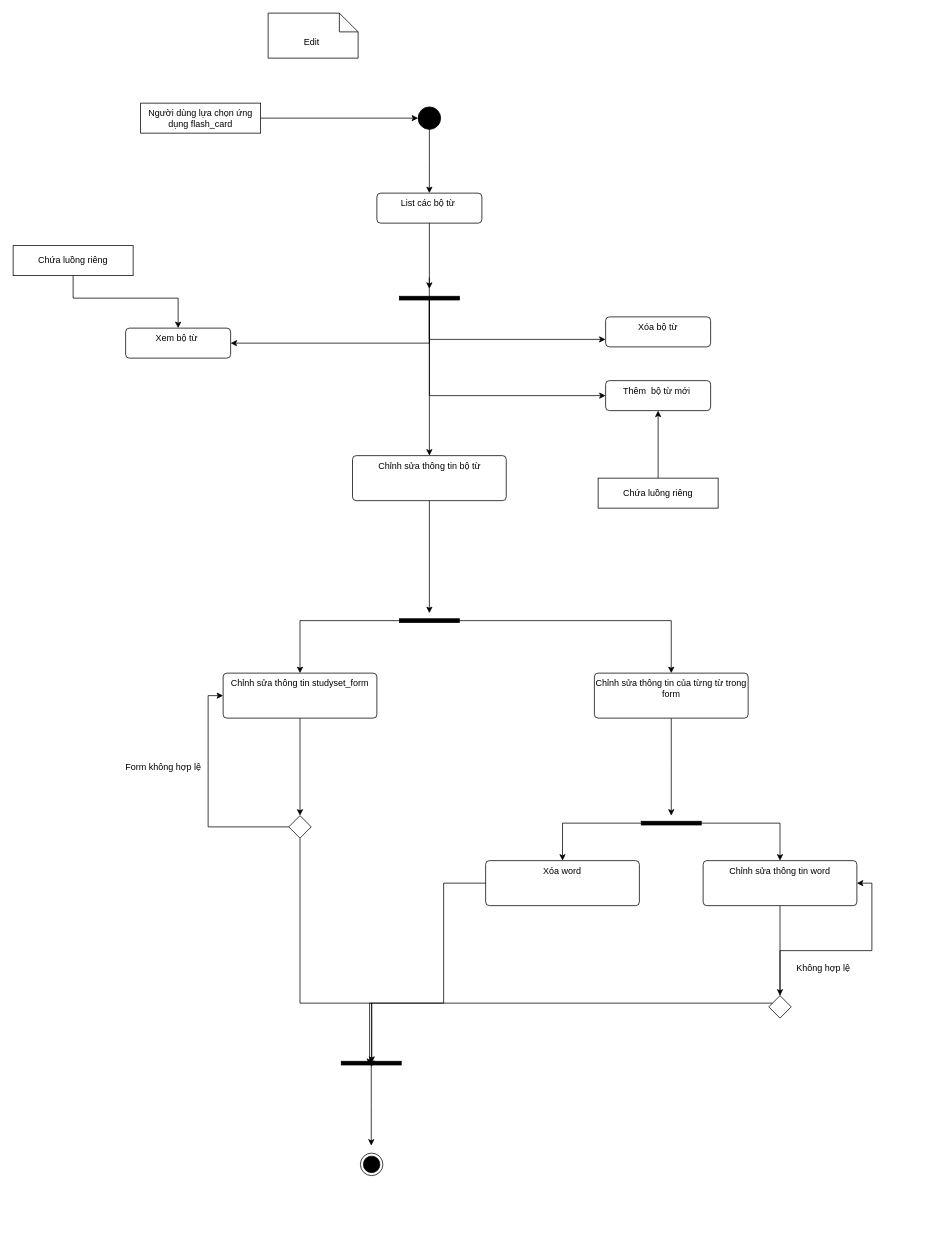
This is page "Flashcard_activity" (5 of 11) of Project_Design/Use_case_diagram.drawio from trungviet17/Anglais, a draw.io file, before an edit. Source tidied: cells renumbered, new cells numbered last; positions are measured from the earlier drawing's top-left corner, leaving out a move shared by most shapes. Both pictures are drawn from the tidied source at 75%, with x=0, y=0 at pixel (13, 13).
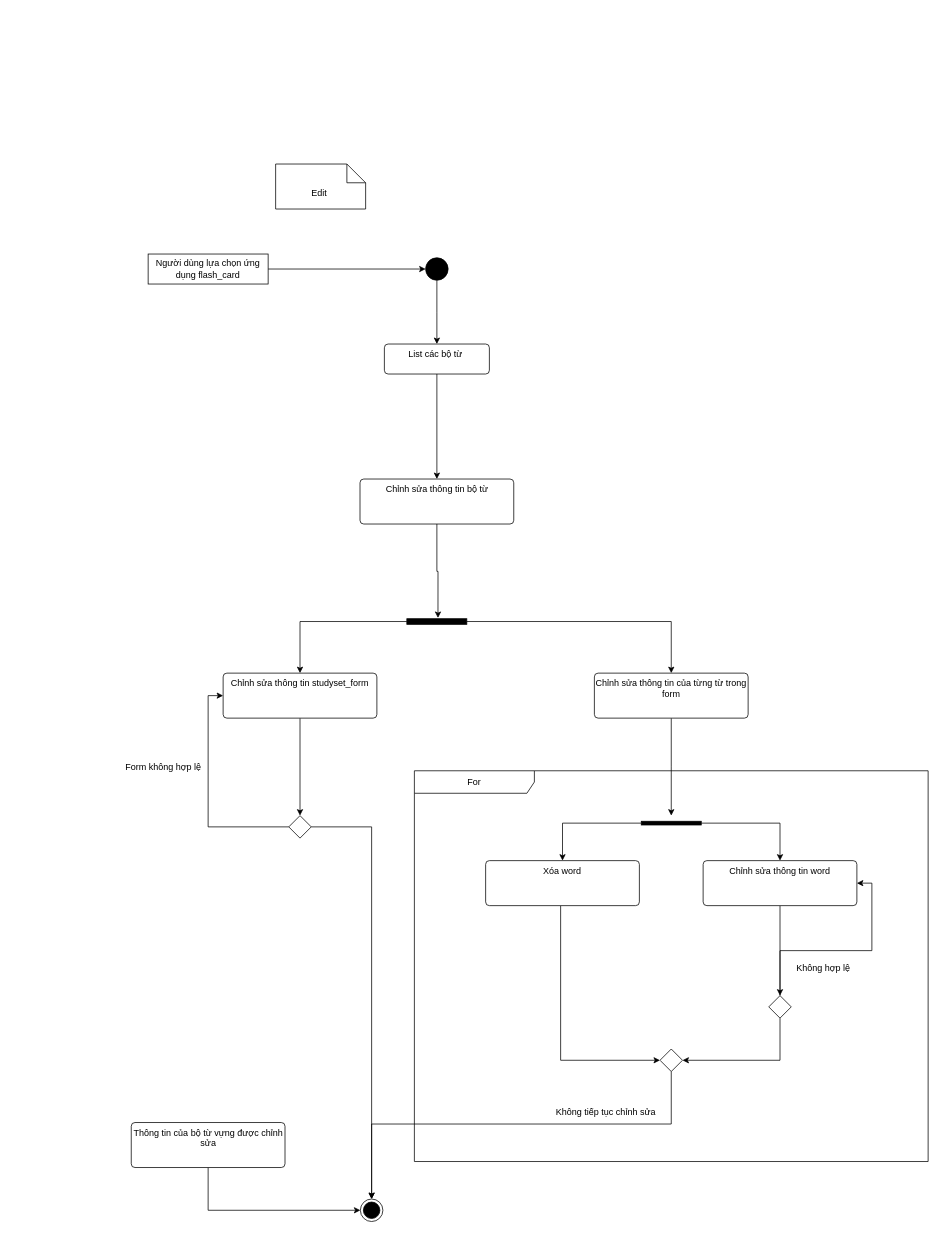
The same diagram, later.

The change refers to these unchanged cells:
```xml
<mxCell id="32" style="rhombus;" parent="1" vertex="1">
  <mxGeometry x="367.5" y="1070" width="30" height="30" as="geometry" />
</mxCell>
<mxCell id="37" value="Xóa word" style="html=1;align=center;verticalAlign=top;rounded=1;absoluteArcSize=1;arcSize=10;dashed=0;whiteSpace=wrap;" parent="1" vertex="1">
  <mxGeometry x="630" y="1130" width="205" height="60" as="geometry" />
</mxCell>
<mxCell id="44" style="rhombus;" parent="1" vertex="1">
  <mxGeometry x="1007.5" y="1310" width="30" height="30" as="geometry" />
</mxCell>
```

The edit, as a diff of the source:
```diff
@@
     <mxCell id="2" style="edgeStyle=orthogonalEdgeStyle;rounded=0;jettySize=auto;html=1;" parent="1" edge="1" source="3">
       <mxGeometry relative="1" as="geometry">
-        <mxPoint x="555" y="240" as="targetPoint" />
+        <mxPoint x="565" y="441.2" as="targetPoint" />
       </mxGeometry>
     </mxCell>
     <mxCell id="3" style="ellipse;fillColor=strokeColor;html=1;" parent="1" vertex="1">
-      <mxGeometry x="540" y="125" width="30" height="30" as="geometry" />
+      <mxGeometry x="550" y="326.2" width="30" height="30" as="geometry" />
     </mxCell>
@@
     <mxCell id="5" value="Người dùng lựa chọn ứng dụng flash_card" style="fontStyle=0;html=1;whiteSpace=wrap;" parent="1" vertex="1">
-      <mxGeometry x="170" y="120" width="160" height="40" as="geometry" />
+      <mxGeometry x="180" y="321.2" width="160" height="40" as="geometry" />
     </mxCell>
     <mxCell id="6" value="Edit&amp;nbsp;" style="shape=note2;boundedLbl=1;whiteSpace=wrap;html=1;size=25;verticalAlign=top;align=center;" parent="1" vertex="1">
-      <mxGeometry x="340" width="120" height="60" as="geometry" />
+      <mxGeometry x="350" y="201.2" width="120" height="60" as="geometry" />
     </mxCell>
     <mxCell id="7" value="List các bộ từ&amp;nbsp;" style="html=1;align=center;verticalAlign=top;rounded=1;absoluteArcSize=1;arcSize=10;dashed=0;whiteSpace=wrap;" parent="1" vertex="1">
-      <mxGeometry x="485" y="240" width="140" height="40" as="geometry" />
+      <mxGeometry x="495" y="441.2" width="140" height="40" as="geometry" />
     </mxCell>
-    <mxCell id="8" value="Xóa bộ từ" style="html=1;align=center;verticalAlign=top;rounded=1;absoluteArcSize=1;arcSize=10;dashed=0;whiteSpace=wrap;" parent="1" vertex="1">
-      <mxGeometry x="790" y="405" width="140" height="40" as="geometry" />
-    </mxCell>
-    <mxCell id="9" style="edgeStyle=orthogonalEdgeStyle;rounded=0;jettySize=auto;html=1;" parent="1" edge="1" source="7">
-      <mxGeometry relative="1" as="geometry">
-        <mxPoint x="555" y="367.5" as="targetPoint" />
-      </mxGeometry>
-    </mxCell>
-    <mxCell id="10" style="edgeStyle=orthogonalEdgeStyle;rounded=0;orthogonalLoop=1;jettySize=auto;html=1;entryX=0;entryY=0.75;entryDx=0;entryDy=0;" parent="1" edge="1">
-      <mxGeometry relative="1" as="geometry">
-        <mxPoint x="554.9" y="352.4" as="sourcePoint" />
-        <mxPoint x="789.9" y="435" as="targetPoint" />
-        <Array as="points">
-          <mxPoint x="555" y="435" />
-        </Array>
-      </mxGeometry>
-    </mxCell>
-    <mxCell id="11" style="edgeStyle=orthogonalEdgeStyle;rounded=0;jettySize=auto;html=1;entryX=0.5;entryY=0;entryDx=0;entryDy=0;" parent="1" edge="1" source="14" target="16">
+    <mxCell id="11" style="edgeStyle=orthogonalEdgeStyle;rounded=0;jettySize=auto;html=1;entryX=0.5;entryY=0;entryDx=0;entryDy=0;exitX=0.5;exitY=1;exitDx=0;exitDy=0;" parent="1" edge="1" source="7" target="16">
       <mxGeometry relative="1" as="geometry" />
     </mxCell>
-    <mxCell id="12" style="edgeStyle=orthogonalEdgeStyle;rounded=0;jettySize=auto;html=1;entryX=1;entryY=0.5;entryDx=0;entryDy=0;" parent="1" edge="1" source="14" target="17">
-      <mxGeometry relative="1" as="geometry">
-        <Array as="points">
-          <mxPoint x="555" y="440" />
-        </Array>
-      </mxGeometry>
-    </mxCell>
-    <mxCell id="13" style="edgeStyle=orthogonalEdgeStyle;rounded=0;jettySize=auto;html=1;entryX=0;entryY=0.5;entryDx=0;entryDy=0;" parent="1" edge="1" source="14" target="18">
-      <mxGeometry relative="1" as="geometry">
-        <Array as="points">
-          <mxPoint x="555" y="510" />
-        </Array>
-      </mxGeometry>
-    </mxCell>
-    <mxCell id="14" style="html=1;points=[];perimeter=orthogonalPerimeter;fillColor=strokeColor;rotation=90;" parent="1" vertex="1">
-      <mxGeometry x="552.5" y="340" width="5" height="80" as="geometry" />
-    </mxCell>
-    <mxCell id="15" style="edgeStyle=orthogonalEdgeStyle;rounded=0;jettySize=auto;html=1;" parent="1" edge="1" source="16">
-      <mxGeometry relative="1" as="geometry">
-        <mxPoint x="555" y="800" as="targetPoint" />
-      </mxGeometry>
-    </mxCell>
     <mxCell id="16" value="Chỉnh sửa thông tin bộ từ" style="html=1;align=center;verticalAlign=top;rounded=1;absoluteArcSize=1;arcSize=10;dashed=0;whiteSpace=wrap;" parent="1" vertex="1">
-      <mxGeometry x="452.5" y="590" width="205" height="60" as="geometry" />
+      <mxGeometry x="462.5" y="621.2" width="205" height="60" as="geometry" />
     </mxCell>
-    <mxCell id="17" value="Xem bộ từ&amp;nbsp;" style="html=1;align=center;verticalAlign=top;rounded=1;absoluteArcSize=1;arcSize=10;dashed=0;whiteSpace=wrap;" parent="1" vertex="1">
-      <mxGeometry x="150" y="420" width="140" height="40" as="geometry" />
-    </mxCell>
-    <mxCell id="18" value="Thêm&amp;nbsp; bộ từ mới&amp;nbsp;" style="html=1;align=center;verticalAlign=top;rounded=1;absoluteArcSize=1;arcSize=10;dashed=0;whiteSpace=wrap;" parent="1" vertex="1">
-      <mxGeometry x="790" y="490" width="140" height="40" as="geometry" />
-    </mxCell>
-    <mxCell id="19" style="edgeStyle=orthogonalEdgeStyle;rounded=0;jettySize=auto;html=1;entryX=0.5;entryY=1;entryDx=0;entryDy=0;" parent="1" edge="1" source="20" target="18">
-      <mxGeometry relative="1" as="geometry" />
-    </mxCell>
-    <mxCell id="20" value="Chứa luồng riêng" style="fontStyle=0;html=1;whiteSpace=wrap;" parent="1" vertex="1">
-      <mxGeometry x="780" y="620" width="160" height="40" as="geometry" />
-    </mxCell>
-    <mxCell id="21" style="edgeStyle=orthogonalEdgeStyle;rounded=0;jettySize=auto;html=1;entryX=0.5;entryY=0;entryDx=0;entryDy=0;" parent="1" edge="1" source="22" target="17">
-      <mxGeometry relative="1" as="geometry">
-        <Array as="points">
-          <mxPoint x="80" y="380" />
-          <mxPoint x="220" y="380" />
-        </Array>
-      </mxGeometry>
-    </mxCell>
-    <mxCell id="22" value="Chứa luồng riêng" style="fontStyle=0;html=1;whiteSpace=wrap;" parent="1" vertex="1">
-      <mxGeometry y="310" width="160" height="40" as="geometry" />
-    </mxCell>
@@
     <mxCell id="25" style="html=1;points=[];perimeter=orthogonalPerimeter;fillColor=strokeColor;rotation=90;" parent="1" vertex="1">
-      <mxGeometry x="552.5" y="770" width="5" height="80" as="geometry" />
+      <mxGeometry x="561.2" y="771.2" width="7.5" height="80" as="geometry" />
     </mxCell>
@@
-    <mxCell id="30" style="edgeStyle=orthogonalEdgeStyle;rounded=0;jettySize=auto;html=1;entryX=0.418;entryY=0.492;entryDx=0;entryDy=0;entryPerimeter=0;" parent="1" edge="1" source="32" target="41">
-      <mxGeometry relative="1" as="geometry">
-        <Array as="points">
-          <mxPoint x="383" y="1320" />
-          <mxPoint x="478" y="1320" />
-        </Array>
-      </mxGeometry>
-    </mxCell>
@@
+    <mxCell id="48" style="edgeStyle=orthogonalEdgeStyle;rounded=0;jettySize=auto;html=1;entryX=0;entryY=0.5;entryDx=0;entryDy=0;" parent="1" edge="1" source="37" target="53">
+      <mxGeometry relative="1" as="geometry">
+        <Array as="points">
+          <mxPoint x="730" y="1396.2" />
+        </Array>
+      </mxGeometry>
+    </mxCell>
@@
-    <mxCell id="40" style="edgeStyle=orthogonalEdgeStyle;rounded=0;jettySize=auto;html=1;" parent="1" edge="1" source="41">
-      <mxGeometry relative="1" as="geometry">
-        <mxPoint x="477.5" y="1510" as="targetPoint" />
-      </mxGeometry>
-    </mxCell>
-    <mxCell id="41" style="html=1;points=[];perimeter=orthogonalPerimeter;fillColor=strokeColor;rotation=90;" parent="1" vertex="1">
-      <mxGeometry x="475" y="1360" width="5" height="80" as="geometry" />
-    </mxCell>
-    <mxCell id="42" style="edgeStyle=orthogonalEdgeStyle;rounded=0;jettySize=auto;html=1;entryX=0.982;entryY=0.527;entryDx=0;entryDy=0;entryPerimeter=0;" parent="1" edge="1" source="37" target="41">
-      <mxGeometry relative="1" as="geometry">
-        <Array as="points">
-          <mxPoint x="574" y="1160" />
-          <mxPoint x="574" y="1320" />
-          <mxPoint x="475" y="1320" />
-        </Array>
-      </mxGeometry>
-    </mxCell>
@@
+    <mxCell id="49" style="edgeStyle=orthogonalEdgeStyle;rounded=0;jettySize=auto;html=1;entryX=1;entryY=0.5;entryDx=0;entryDy=0;" parent="1" edge="1" source="44" target="53">
+      <mxGeometry relative="1" as="geometry">
+        <Array as="points">
+          <mxPoint x="1023" y="1396.2" />
+        </Array>
+      </mxGeometry>
+    </mxCell>
@@
-    <mxCell id="46" style="edgeStyle=orthogonalEdgeStyle;rounded=0;jettySize=auto;html=1;" parent="1" edge="1" source="44">
-      <mxGeometry relative="1" as="geometry">
-        <mxPoint x="478" y="1405" as="targetPoint" />
-        <Array as="points">
-          <mxPoint x="478" y="1320" />
-        </Array>
-      </mxGeometry>
-    </mxCell>
     <mxCell id="47" style="ellipse;html=1;shape=endState;fillColor=strokeColor;" parent="1" vertex="1">
-      <mxGeometry x="463" y="1520" width="30" height="30" as="geometry" />
+      <mxGeometry x="463" y="1581.2" width="30" height="30" as="geometry" />
     </mxCell>
+    <mxCell id="50" style="edgeStyle=orthogonalEdgeStyle;rounded=0;jettySize=auto;html=1;entryX=-0.133;entryY=0.481;entryDx=0;entryDy=0;entryPerimeter=0;" parent="1" edge="1" source="16" target="25">
+      <mxGeometry relative="1" as="geometry" />
+    </mxCell>
+    <mxCell id="51" style="edgeStyle=orthogonalEdgeStyle;rounded=0;jettySize=auto;html=1;entryX=0.5;entryY=0;entryDx=0;entryDy=0;" parent="1" edge="1" source="32" target="47">
+      <mxGeometry relative="1" as="geometry" />
+    </mxCell>
+    <mxCell id="52" value="For" style="shape=umlFrame;whiteSpace=wrap;html=1;width=160;" parent="1" vertex="1">
+      <mxGeometry x="535" y="1010.2" width="685" height="521" as="geometry" />
+    </mxCell>
+    <mxCell id="53" style="rhombus;" parent="52" vertex="1">
+      <mxGeometry x="327.5" y="371" width="30" height="30" as="geometry" />
+    </mxCell>
+    <mxCell id="54" value="Không tiếp tục chỉnh sửa" style="text;html=1;align=center;verticalAlign=middle;strokeColor=none;fillColor=none;" parent="52" vertex="1">
+      <mxGeometry x="175" y="441" width="160" height="30" as="geometry" />
+    </mxCell>
+    <mxCell id="55" style="edgeStyle=orthogonalEdgeStyle;rounded=0;jettySize=auto;html=1;entryX=0.5;entryY=0;entryDx=0;entryDy=0;" parent="1" edge="1" source="53" target="47">
+      <mxGeometry relative="1" as="geometry">
+        <Array as="points">
+          <mxPoint x="878" y="1481.2" />
+          <mxPoint x="478" y="1481.2" />
+        </Array>
+      </mxGeometry>
+    </mxCell>
+    <mxCell id="56" style="edgeStyle=orthogonalEdgeStyle;rounded=0;jettySize=auto;html=1;entryX=0;entryY=0.5;entryDx=0;entryDy=0;" parent="1" edge="1" source="57" target="47">
+      <mxGeometry relative="1" as="geometry">
+        <Array as="points">
+          <mxPoint x="260" y="1596.2" />
+        </Array>
+      </mxGeometry>
+    </mxCell>
+    <mxCell id="57" value="Thông tin của bộ từ vựng được chỉnh sửa" style="html=1;align=center;verticalAlign=top;rounded=1;absoluteArcSize=1;arcSize=10;dashed=0;whiteSpace=wrap;" parent="1" vertex="1">
+      <mxGeometry x="157.5" y="1479.2" width="205" height="60" as="geometry" />
+    </mxCell>
```
